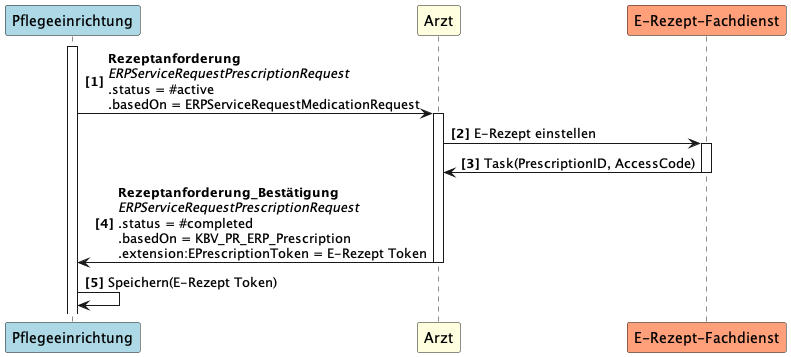
Earlier version of the PlantUML export guides/ig-rezeptanforderung/images/puml_images/UC1_1.png (gematik/spec-E-Rezept-ServiceRequest).
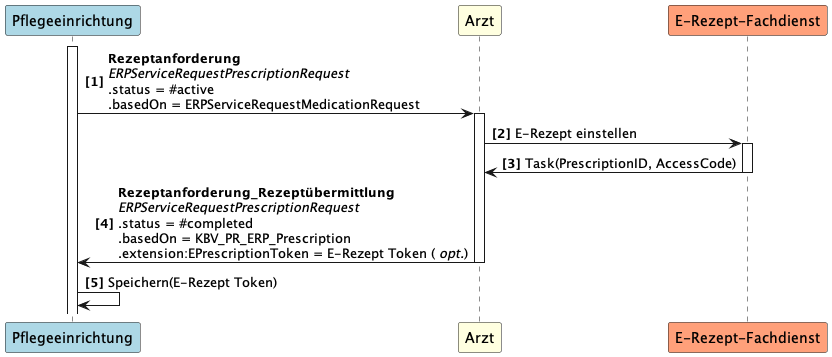
The same diagram one commit later.

What changed in the source:
```diff
@@ -8,6 +8,6 @@
 PE -> A++: <b>Rezeptanforderung \n<i>ERPServiceRequestPrescriptionRequest \n.status = #active \n.basedOn = ERPServiceRequestMedicationRequest
 A -> FD++: E-Rezept einstellen
 FD -> A--: Task(PrescriptionID, AccessCode)
-A -> PE--: <b>Rezeptanforderung_Bestätigung\n<i>ERPServiceRequestPrescriptionRequest \n.status = #completed \n.basedOn = KBV_PR_ERP_Prescription \n.extension:EPrescriptionToken = E-Rezept Token
+A -> PE--: <b>Rezeptanforderung_Rezeptübermittlung\n<i>ERPServiceRequestPrescriptionRequest \n.status = #completed \n.basedOn = KBV_PR_ERP_Prescription \n.extension:EPrescriptionToken = E-Rezept Token ( <i>opt.</i>)
 PE -> PE: Speichern(E-Rezept Token)
 @enduml
```
